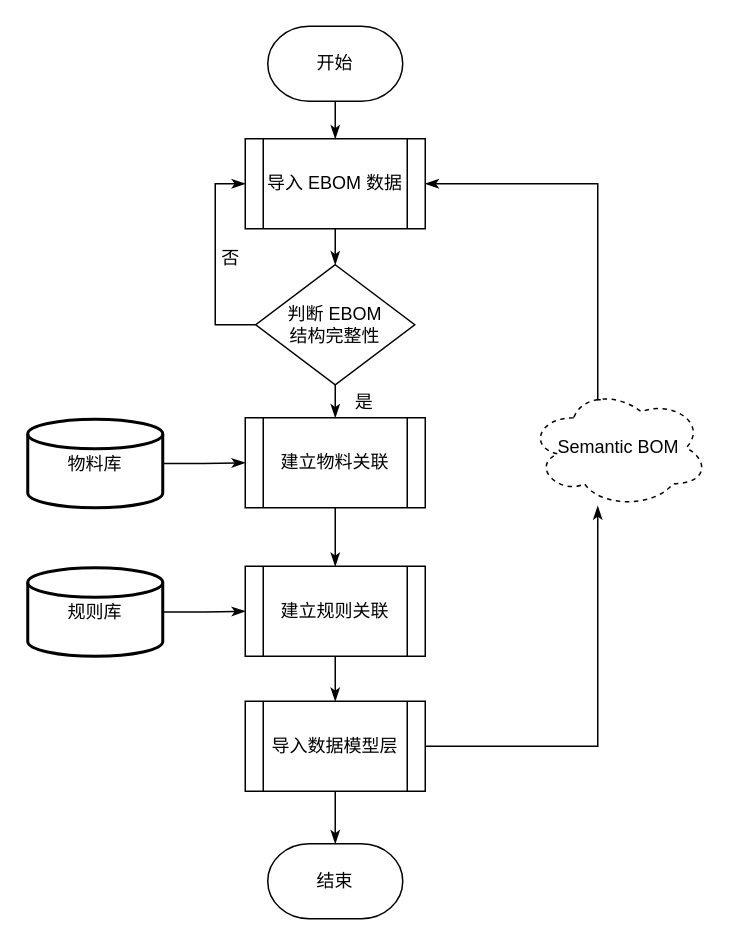
This is page "Page-3" (3 of 4) of BOM/sys-design.drawio from littlelittlemoon/DiagramsRepository, a draw.io file, before an edit. Source tidied: cells renumbered, new cells numbered last; positions are measured from the earlier drawing's top-left corner, leaving out a move shared by most shapes. Both pictures are drawn from the tidied source at 150%, with x=0, y=0 at pixel (27, 26).
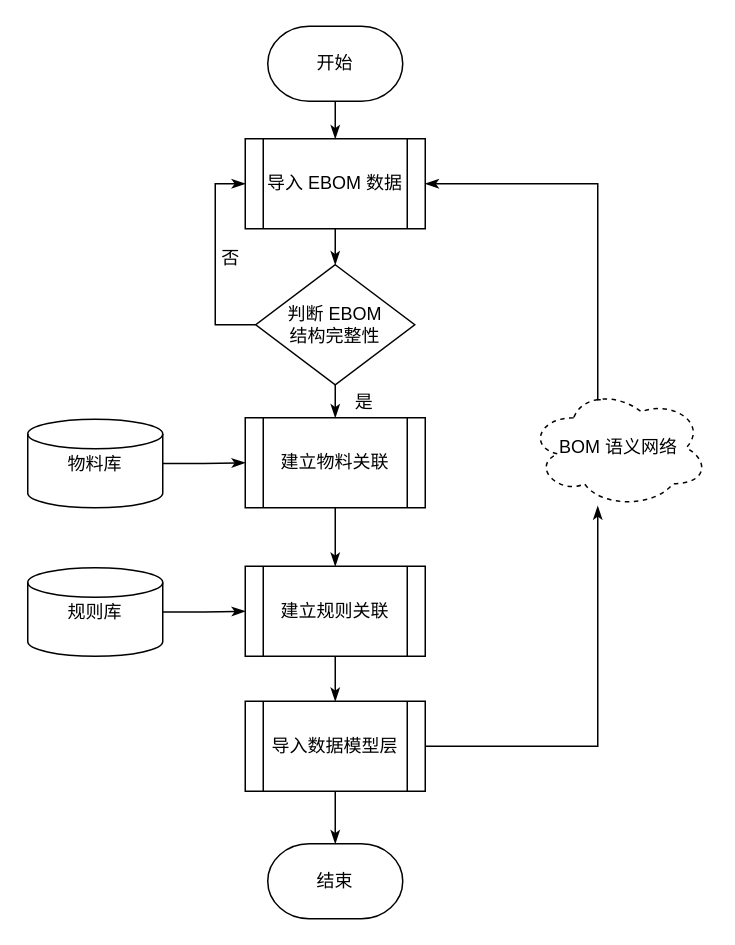
Above is the later version.

The change refers to these unchanged cells:
```xml
<mxCell id="12" value="建立物料关联" style="shape=process;whiteSpace=wrap;html=1;backgroundOutline=1;rounded=0;fillColor=none;strokeWidth=1;" parent="1" vertex="1">
  <mxGeometry x="145" y="261" width="120" height="60" as="geometry" />
</mxCell>
<mxCell id="23" value="建立规则关联" style="shape=process;whiteSpace=wrap;html=1;backgroundOutline=1;rounded=0;fillColor=none;strokeWidth=1;" parent="1" vertex="1">
  <mxGeometry x="145" y="360" width="120" height="60" as="geometry" />
</mxCell>
```

Diff of the diagram source:
```diff
@@
-    <mxCell id="16" value="Semantic BOM" style="ellipse;shape=cloud;whiteSpace=wrap;html=1;rounded=0;strokeWidth=1;fillColor=none;dashed=1;" parent="1" vertex="1">
+    <mxCell id="16" value="BOM 语义网络" style="ellipse;shape=cloud;whiteSpace=wrap;html=1;rounded=0;strokeWidth=1;fillColor=none;dashed=1;" parent="1" vertex="1">
       <mxGeometry x="334" y="241" width="120" height="80" as="geometry" />
     </mxCell>
@@
-    <mxCell id="18" style="edgeStyle=orthogonalEdgeStyle;rounded=0;jettySize=auto;html=1;exitX=1;exitY=0.5;exitDx=0;exitDy=0;exitPerimeter=0;entryX=0;entryY=0.5;entryDx=0;entryDy=0;endArrow=classicThin;endFill=1;strokeColor=default;strokeWidth=1;" parent="1" edge="1" source="19" target="12">
+    <mxCell id="18" style="edgeStyle=orthogonalEdgeStyle;rounded=0;jettySize=auto;html=1;exitX=1;exitY=0.5;exitDx=0;exitDy=0;exitPerimeter=0;entryX=0;entryY=0.5;entryDx=0;entryDy=0;endArrow=classicThin;endFill=1;strokeColor=default;strokeWidth=1;fontStyle=0;" parent="1" edge="1" source="19" target="12">
       <mxGeometry relative="1" as="geometry" />
     </mxCell>
-    <mxCell id="19" value="物料库" style="strokeWidth=2;html=1;shape=mxgraph.flowchart.database;whiteSpace=wrap;rounded=0;fillColor=none;verticalAlign=middle;" parent="1" vertex="1">
+    <mxCell id="19" value="物料库" style="strokeWidth=1;html=1;shape=mxgraph.flowchart.database;whiteSpace=wrap;rounded=0;fillColor=none;verticalAlign=middle;fontStyle=0;" parent="1" vertex="1">
       <mxGeometry y="262" width="90" height="59" as="geometry" />
     </mxCell>
-    <mxCell id="20" style="edgeStyle=orthogonalEdgeStyle;rounded=0;jettySize=auto;html=1;exitX=1;exitY=0.5;exitDx=0;exitDy=0;exitPerimeter=0;entryX=0;entryY=0.5;entryDx=0;entryDy=0;endArrow=classicThin;endFill=1;strokeColor=default;strokeWidth=1;" parent="1" edge="1" source="21" target="23">
+    <mxCell id="20" style="edgeStyle=orthogonalEdgeStyle;rounded=0;jettySize=auto;html=1;exitX=1;exitY=0.5;exitDx=0;exitDy=0;exitPerimeter=0;entryX=0;entryY=0.5;entryDx=0;entryDy=0;endArrow=classicThin;endFill=1;strokeColor=default;strokeWidth=1;fontStyle=0;" parent="1" edge="1" source="21" target="23">
       <mxGeometry relative="1" as="geometry" />
     </mxCell>
-    <mxCell id="21" value="规则库" style="strokeWidth=2;html=1;shape=mxgraph.flowchart.database;whiteSpace=wrap;rounded=0;fillColor=none;verticalAlign=middle;" parent="1" vertex="1">
+    <mxCell id="21" value="规则库" style="strokeWidth=1;html=1;shape=mxgraph.flowchart.database;whiteSpace=wrap;rounded=0;fillColor=none;verticalAlign=middle;fontStyle=0;" parent="1" vertex="1">
       <mxGeometry y="361" width="90" height="59" as="geometry" />
     </mxCell>
```
